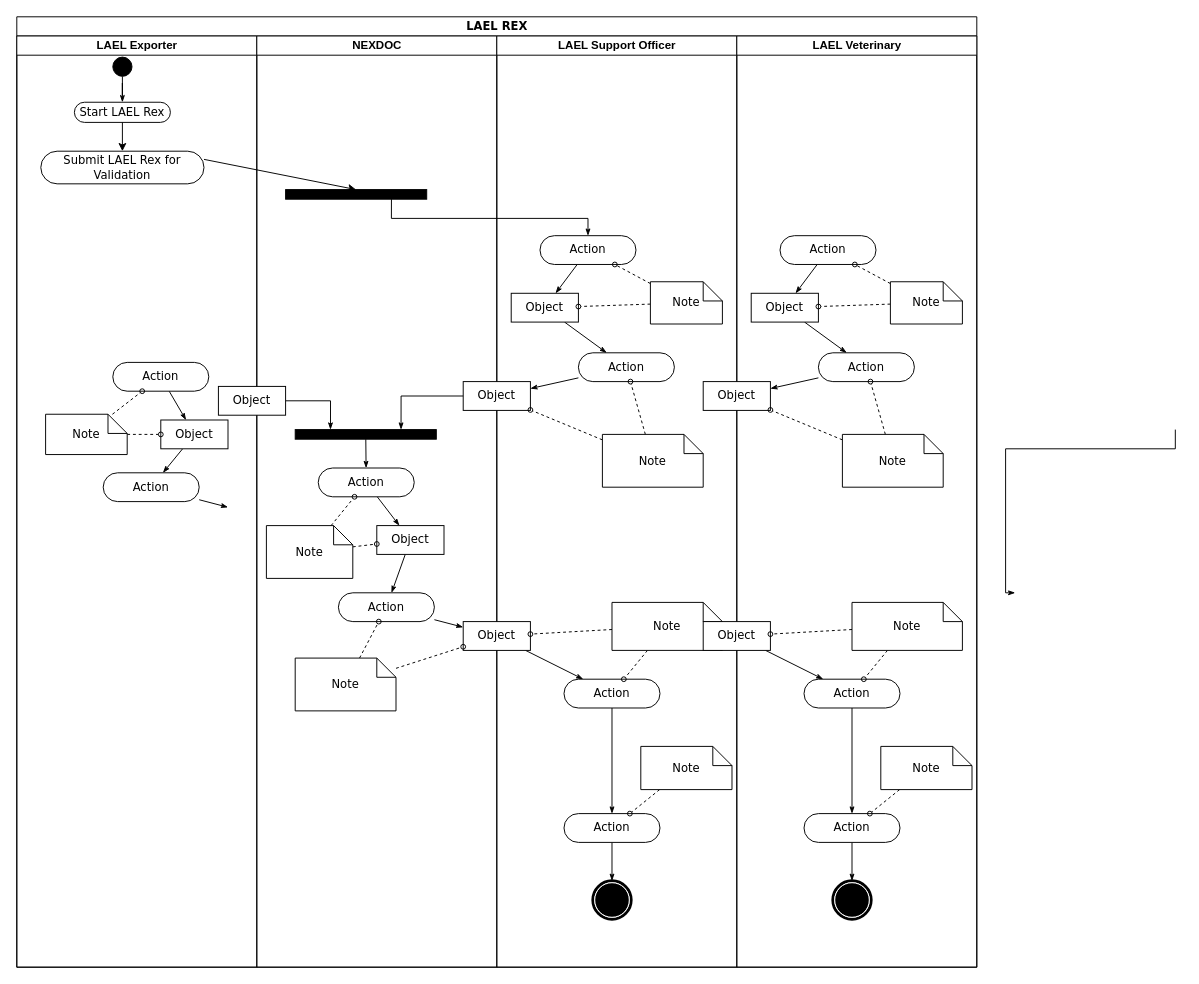
Before: LAEL_REX_Activity_Diagram.drawio in ajithmjose/deleteme, a draw.io diagram. Source tidied: cells renumbered, new cells numbered last; positions are measured from the earlier drawing's top-left corner, leaving out a move shared by most shapes. Both pictures are drawn from the tidied source at 96%, with x=0, y=0 at pixel (16, 16).
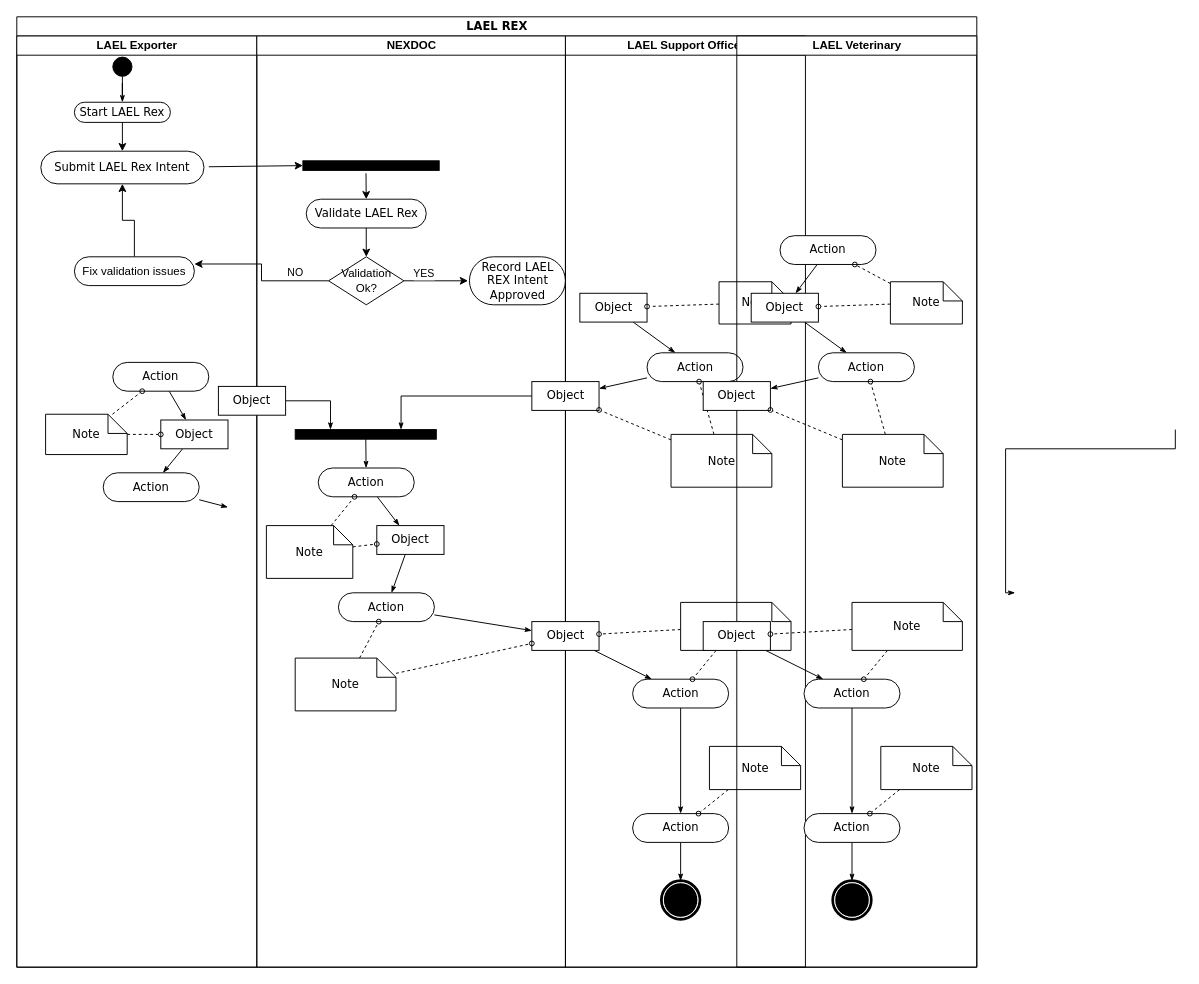
After the change.

The change refers to these unchanged cells:
```xml
<mxCell id="2" value="LAEL REX" style="swimlane;html=1;startSize=20;rounded=0;shadow=0;comic=0;labelBackgroundColor=none;strokeWidth=1;fontFamily=Verdana;fontSize=12;align=center;" parent="1" vertex="1">
  <mxGeometry width="1000" height="990" as="geometry" />
</mxCell>
<mxCell id="3" value="LAEL Exporter" style="swimlane;html=1;startSize=20;" parent="2" vertex="1">
  <mxGeometry y="20" width="250" height="970" as="geometry" />
</mxCell>
<mxCell id="40" value="Object" style="rounded=0;whiteSpace=wrap;html=1;shadow=0;comic=0;labelBackgroundColor=none;strokeWidth=1;fontFamily=Verdana;fontSize=12;align=center;arcSize=50;" parent="34" vertex="1">
  <mxGeometry x="15" y="268" width="70" height="30" as="geometry" />
</mxCell>
<mxCell id="51" value="Note" style="shape=note;whiteSpace=wrap;html=1;rounded=0;shadow=0;comic=0;labelBackgroundColor=none;strokeWidth=1;fontFamily=Verdana;fontSize=12;align=center;size=20;" parent="34" vertex="1">
  <mxGeometry x="160" y="256" width="75" height="44" as="geometry" />
</mxCell>
```

What changed in the source:
```diff
@@
-    <mxCell id="15" value="Submit LAEL Rex for Validation" style="rounded=1;whiteSpace=wrap;html=1;shadow=0;comic=0;labelBackgroundColor=none;strokeWidth=1;fontFamily=Verdana;fontSize=12;align=center;arcSize=50;" parent="3" vertex="1">
+    <mxCell id="15" value="Submit LAEL Rex Intent" style="rounded=1;whiteSpace=wrap;html=1;shadow=0;comic=0;labelBackgroundColor=none;strokeWidth=1;fontFamily=Verdana;fontSize=12;align=center;arcSize=50;" parent="3" vertex="1">
       <mxGeometry x="25" y="120" width="170" height="34" as="geometry" />
     </mxCell>
@@
+    <mxCell id="92" style="edgeStyle=orthogonalEdgeStyle;rounded=0;jettySize=auto;html=1;entryX=0.5;entryY=1;entryDx=0;entryDy=0;" parent="3" edge="1" source="93" target="15">
+      <mxGeometry relative="1" as="geometry" />
+    </mxCell>
+    <mxCell id="93" value="&lt;span style=&quot;font-family: Helvetica;&quot;&gt;Fix validation issues&lt;/span&gt;" style="rounded=1;whiteSpace=wrap;html=1;shadow=0;comic=0;labelBackgroundColor=none;strokeWidth=1;fontFamily=Verdana;fontSize=12;align=center;arcSize=50;" parent="3" vertex="1">
+      <mxGeometry x="60" y="230" width="125" height="30" as="geometry" />
+    </mxCell>
+    <mxCell id="64" style="endArrow=classic;html=1;rounded=0;exitX=1;exitY=0.25;exitDx=0;exitDy=0;entryX=0;entryY=0.5;entryDx=0;entryDy=0;" parent="3" edge="1" target="19">
+      <mxGeometry relative="1" as="geometry">
+        <mxPoint x="200" y="136.2" as="sourcePoint" />
+      </mxGeometry>
+    </mxCell>
     <mxCell id="18" value="NEXDOC" style="swimlane;html=1;startSize=20;" parent="2" vertex="1">
-      <mxGeometry x="250" y="20" width="250" height="970" as="geometry" />
+      <mxGeometry x="250" y="20" width="321.5" height="970" as="geometry" />
     </mxCell>
     <mxCell id="19" style="whiteSpace=wrap;html=1;rounded=0;shadow=0;comic=0;labelBackgroundColor=none;strokeWidth=1;fillColor=#000000;fontFamily=Verdana;fontSize=12;align=center;rotation=0;" parent="18" vertex="1">
-      <mxGeometry x="30" y="160" width="147" height="10" as="geometry" />
+      <mxGeometry x="48" y="130" width="142" height="10" as="geometry" />
     </mxCell>
@@
+    <mxCell id="36" value="Validate LAEL Rex" style="rounded=1;whiteSpace=wrap;html=1;shadow=0;comic=0;labelBackgroundColor=none;strokeWidth=1;fontFamily=Verdana;fontSize=12;align=center;arcSize=50;" parent="18" vertex="1">
+      <mxGeometry x="51.5" y="170" width="125" height="30" as="geometry" />
+    </mxCell>
+    <mxCell id="60" style="endArrow=classic;html=1;rounded=0;entryX=0.5;entryY=0;entryDx=0;entryDy=0;exitX=0.463;exitY=1.3;exitDx=0;exitDy=0;exitPerimeter=0;" parent="18" edge="1" source="19" target="36">
+      <mxGeometry relative="1" as="geometry" />
+    </mxCell>
+    <mxCell id="94" style="endArrow=classic;html=1;rounded=0;entryX=0.5;entryY=0;entryDx=0;entryDy=0;exitX=0.5;exitY=1;exitDx=0;exitDy=0;" parent="18" edge="1" source="36" target="97">
+      <mxGeometry relative="1" as="geometry" />
+    </mxCell>
+    <mxCell id="95" style="edgeStyle=orthogonalEdgeStyle;rounded=0;jettySize=auto;html=1;" parent="18" edge="1" source="97">
+      <mxGeometry relative="1" as="geometry">
+        <mxPoint x="220" y="255" as="targetPoint" />
+      </mxGeometry>
+    </mxCell>
+    <mxCell id="96" value="YES" style="edgeLabel;html=1;align=center;verticalAlign=middle;" parent="95" vertex="1">
+      <mxGeometry x="-0.41" y="-5" relative="1" as="geometry">
+        <mxPoint y="-13" as="offset" />
+      </mxGeometry>
+    </mxCell>
+    <mxCell id="97" value="Validation Ok?" style="rhombus;whiteSpace=wrap;html=1;" parent="18" vertex="1">
+      <mxGeometry x="74.8" y="230" width="78.5" height="50" as="geometry" />
+    </mxCell>
+    <mxCell id="98" value="Record LAEL REX Intent&lt;div&gt;Approved&lt;/div&gt;" style="rounded=1;whiteSpace=wrap;html=1;shadow=0;comic=0;labelBackgroundColor=none;strokeWidth=1;fontFamily=Verdana;fontSize=12;align=center;arcSize=50;" parent="18" vertex="1">
+      <mxGeometry x="221.5" y="230" width="100" height="50" as="geometry" />
+    </mxCell>
     <mxCell id="34" value="LAEL Support Officer" style="swimlane;html=1;startSize=20;" parent="2" vertex="1">
-      <mxGeometry x="500" y="20" width="250" height="970" as="geometry" />
+      <mxGeometry x="571.5" y="20" width="250" height="970" as="geometry" />
     </mxCell>
-    <mxCell id="35" style="rounded=0;html=1;labelBackgroundColor=none;startArrow=none;startFill=0;startSize=5;endArrow=classicThin;endFill=1;endSize=5;jettySize=auto;strokeWidth=1;fontFamily=Verdana;fontSize=12;" parent="34" edge="1" source="36" target="40">
-      <mxGeometry relative="1" as="geometry" />
-    </mxCell>
-    <mxCell id="36" value="Action" style="rounded=1;whiteSpace=wrap;html=1;shadow=0;comic=0;labelBackgroundColor=none;strokeWidth=1;fontFamily=Verdana;fontSize=12;align=center;arcSize=50;" parent="34" vertex="1">
-      <mxGeometry x="45" y="208" width="100" height="30" as="geometry" />
-    </mxCell>
@@
-    <mxCell id="49" style="edgeStyle=none;rounded=0;html=1;dashed=1;labelBackgroundColor=none;startArrow=none;startFill=0;startSize=5;endArrow=oval;endFill=0;endSize=5;jettySize=auto;strokeWidth=1;fontFamily=Verdana;fontSize=12;" parent="34" edge="1" source="51" target="36">
-      <mxGeometry relative="1" as="geometry" />
-    </mxCell>
@@
-    <mxCell id="60" style="edgeStyle=orthogonalEdgeStyle;rounded=0;html=1;exitX=0.75;exitY=1;labelBackgroundColor=none;startArrow=none;startFill=0;startSize=5;endArrow=classicThin;endFill=1;endSize=5;jettySize=auto;strokeWidth=1;fontFamily=Verdana;fontSize=12;" parent="2" edge="1" source="19" target="36">
-      <mxGeometry relative="1" as="geometry">
-        <Array as="points">
-          <mxPoint x="390" y="210" />
-          <mxPoint x="595" y="210" />
-        </Array>
-      </mxGeometry>
-    </mxCell>
@@
-    <mxCell id="64" style="endArrow=classic;html=1;rounded=0;entryX=0.5;entryY=0;entryDx=0;entryDy=0;exitX=1;exitY=0.25;exitDx=0;exitDy=0;" parent="2" edge="1" source="15" target="19">
-      <mxGeometry relative="1" as="geometry" />
-    </mxCell>
+    <mxCell id="99" style="edgeStyle=orthogonalEdgeStyle;rounded=0;jettySize=auto;html=1;entryX=1;entryY=0.25;entryDx=0;entryDy=0;" parent="2" edge="1" source="97" target="93">
+      <mxGeometry relative="1" as="geometry" />
+    </mxCell>
+    <mxCell id="100" value="NO" style="edgeLabel;html=1;align=center;verticalAlign=middle;" parent="99" vertex="1">
+      <mxGeometry x="-0.15" y="-2" relative="1" as="geometry">
+        <mxPoint x="32" y="-8" as="offset" />
+      </mxGeometry>
+    </mxCell>
```
